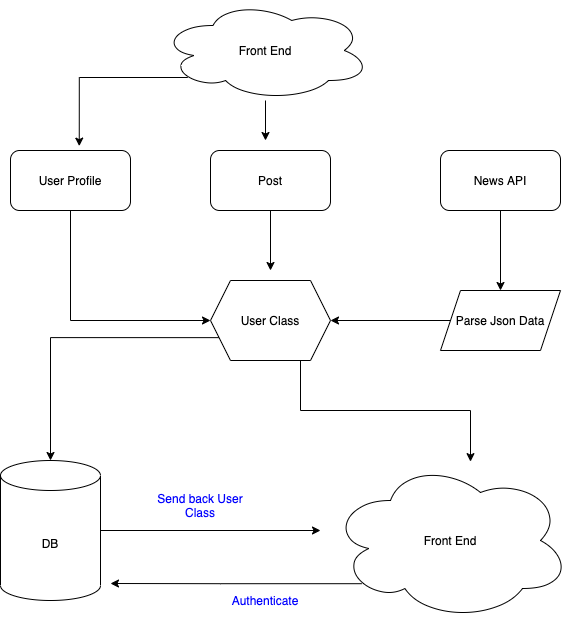
401-Python-Finale/401-Python-Finale keeps this draw.io diagram as assets/TDTM_BackEnd.png. Above is the earlier version. Source tidied: cells renumbered, new cells last; positions are measured from the earlier drawing's top-left corner, leaving out a move shared by most shapes. Source of this version:
```xml
<mxGraphModel>
  <root>
    <mxCell id="0" />
    <mxCell id="1" parent="0" />
    <mxCell id="2" style="edgeStyle=orthogonalEdgeStyle;rounded=0;jettySize=auto;html=1;entryX=0;entryY=0.5;entryDx=0;entryDy=0;" parent="1" edge="1" target="x">
      <mxGeometry relative="1" as="geometry">
        <mxPoint x="160" y="195" as="sourcePoint" />
        <Array as="points">
          <mxPoint x="80" y="195" />
          <mxPoint x="80" y="290" />
        </Array>
      </mxGeometry>
    </mxCell>
    <mxCell id="3" style="group;" parent="1" vertex="1">
      <mxGeometry y="150" width="570" height="470" as="geometry" />
    </mxCell>
    <mxCell id="4" value="Front End" style="ellipse;shape=cloud;whiteSpace=wrap;html=1;" parent="3" vertex="1">
      <mxGeometry x="330" y="310" width="240" height="160" as="geometry" />
    </mxCell>
    <mxCell id="5" style="group;" parent="3" vertex="1">
      <mxGeometry width="560" height="460" as="geometry" />
    </mxCell>
    <mxCell id="6" style="edgeStyle=orthogonalEdgeStyle;rounded=0;jettySize=auto;html=1;exitX=0.5;exitY=1;exitDx=0;exitDy=0;" parent="5" edge="1" source="7">
      <mxGeometry relative="1" as="geometry">
        <mxPoint x="270" y="120" as="targetPoint" />
      </mxGeometry>
    </mxCell>
    <mxCell id="7" value="Post" style="rounded=1;whiteSpace=wrap;html=1;" parent="5" vertex="1">
      <mxGeometry x="210" width="120" height="60" as="geometry" />
    </mxCell>
    <mxCell id="8" value="News API" style="rounded=1;whiteSpace=wrap;html=1;" parent="5" vertex="1">
      <mxGeometry x="440" width="120" height="60" as="geometry" />
    </mxCell>
    <mxCell id="9" value="Parse Json Data" style="shape=parallelogram;perimeter=parallelogramPerimeter;whiteSpace=wrap;html=1;fixedSize=1;" parent="5" vertex="1">
      <mxGeometry x="440" y="140" width="120" height="60" as="geometry" />
    </mxCell>
    <mxCell id="10" style="edgeStyle=orthogonalEdgeStyle;rounded=0;jettySize=auto;html=1;" parent="5" edge="1" source="8" target="9">
      <mxGeometry relative="1" as="geometry" />
    </mxCell>
    <mxCell id="11" value="User Profile" style="rounded=1;whiteSpace=wrap;html=1;" parent="5" vertex="1">
      <mxGeometry x="10" width="120" height="60" as="geometry" />
    </mxCell>
    <mxCell id="12" style="edgeStyle=orthogonalEdgeStyle;rounded=0;jettySize=auto;html=1;" parent="5" edge="1" source="13">
      <mxGeometry relative="1" as="geometry">
        <mxPoint x="320" y="380" as="targetPoint" />
      </mxGeometry>
    </mxCell>
    <mxCell id="13" value="DB" style="shape=cylinder3;whiteSpace=wrap;html=1;boundedLbl=1;backgroundOutline=1;size=15;" parent="5" vertex="1">
      <mxGeometry y="310" width="100" height="140" as="geometry" />
    </mxCell>
    <mxCell id="14" style="edgeStyle=orthogonalEdgeStyle;rounded=0;jettySize=auto;html=1;exitX=0.13;exitY=0.77;exitDx=0;exitDy=0;exitPerimeter=0;" parent="5" edge="1" source="4">
      <mxGeometry relative="1" as="geometry">
        <mxPoint x="110" y="433" as="targetPoint" />
      </mxGeometry>
    </mxCell>
    <mxCell id="15" style="edgeStyle=orthogonalEdgeStyle;rounded=0;jettySize=auto;html=1;exitX=0;exitY=0.75;exitDx=0;exitDy=0;" parent="5" edge="1" source="16" target="13">
      <mxGeometry relative="1" as="geometry" />
    </mxCell>
    <mxCell id="16" value="User Class" style="shape=hexagon;perimeter=hexagonPerimeter2;whiteSpace=wrap;html=1;fixedSize=1;" parent="5" vertex="1">
      <mxGeometry x="210" y="130" width="120" height="80" as="geometry" />
    </mxCell>
    <mxCell id="17" style="edgeStyle=orthogonalEdgeStyle;rounded=0;jettySize=auto;html=1;entryX=1;entryY=0.5;entryDx=0;entryDy=0;" parent="5" edge="1" source="9" target="16">
      <mxGeometry relative="1" as="geometry" />
    </mxCell>
    <mxCell id="18" style="edgeStyle=orthogonalEdgeStyle;rounded=0;jettySize=auto;html=1;exitX=0.5;exitY=1;exitDx=0;exitDy=0;entryX=0;entryY=0.5;entryDx=0;entryDy=0;" parent="5" edge="1" source="11" target="16">
      <mxGeometry relative="1" as="geometry" />
    </mxCell>
    <mxCell id="19" value="&lt;font color=&quot;#0000ff&quot;&gt;Authenticate&lt;/font&gt;" style="text;html=1;strokeColor=none;fillColor=none;align=center;verticalAlign=middle;whiteSpace=wrap;rounded=0;" parent="5" vertex="1">
      <mxGeometry x="220" y="440" width="90" height="20" as="geometry" />
    </mxCell>
    <mxCell id="20" value="&lt;font color=&quot;#0000ff&quot;&gt;Send back User Class&lt;/font&gt;" style="text;html=1;strokeColor=none;fillColor=none;align=center;verticalAlign=middle;whiteSpace=wrap;rounded=0;" parent="5" vertex="1">
      <mxGeometry x="140" y="340" width="120" height="30" as="geometry" />
    </mxCell>
    <mxCell id="21" style="edgeStyle=orthogonalEdgeStyle;rounded=0;jettySize=auto;html=1;exitX=0.375;exitY=1;exitDx=0;exitDy=0;" parent="3" edge="1" source="16" target="4">
      <mxGeometry relative="1" as="geometry">
        <Array as="points">
          <mxPoint x="300" y="210" />
          <mxPoint x="300" y="260" />
          <mxPoint x="470" y="260" />
        </Array>
      </mxGeometry>
    </mxCell>
    <mxCell id="22" style="edgeStyle=orthogonalEdgeStyle;rounded=0;jettySize=auto;html=1;" parent="1" edge="1" source="24">
      <mxGeometry relative="1" as="geometry">
        <mxPoint x="265" y="140" as="targetPoint" />
      </mxGeometry>
    </mxCell>
    <mxCell id="23" style="edgeStyle=orthogonalEdgeStyle;rounded=0;jettySize=auto;html=1;exitX=0.13;exitY=0.77;exitDx=0;exitDy=0;exitPerimeter=0;entryX=0.573;entryY=-0.073;entryDx=0;entryDy=0;entryPerimeter=0;" parent="1" edge="1" source="24" target="11">
      <mxGeometry relative="1" as="geometry" />
    </mxCell>
    <mxCell id="24" value="Front End" style="ellipse;shape=cloud;whiteSpace=wrap;html=1;" parent="1" vertex="1">
      <mxGeometry x="160" width="210" height="100" as="geometry" />
    </mxCell>
  </root>
</mxGraphModel>
```
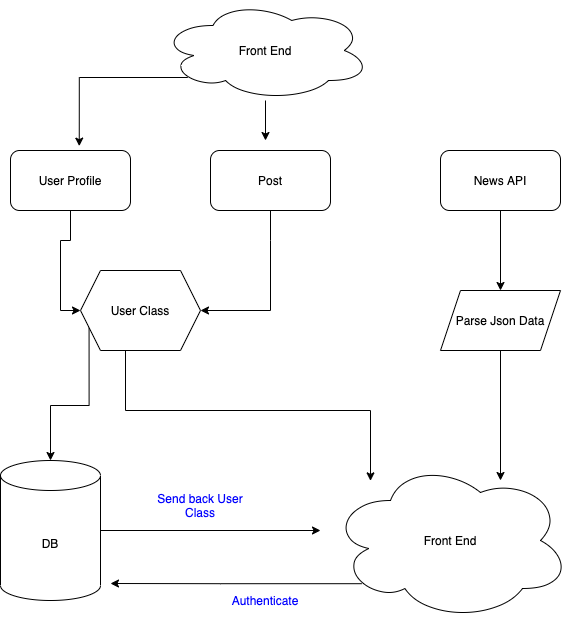
After the change.

Commit message:
README updated, ERD in repo, mood board in repo

Change to the diagram source:
```diff
@@ -2,7 +2,7 @@
   <root>
     <mxCell id="0" />
     <mxCell id="1" parent="0" />
-    <mxCell id="2" style="edgeStyle=orthogonalEdgeStyle;rounded=0;jettySize=auto;html=1;entryX=0;entryY=0.5;entryDx=0;entryDy=0;" parent="1" edge="1" target="x">
+    <mxCell id="2" style="edgeStyle=orthogonalEdgeStyle;rounded=0;orthogonalLoop=1;jettySize=auto;html=1;entryX=0;entryY=0.5;entryDx=0;entryDy=0;" parent="1" edge="1">
       <mxGeometry relative="1" as="geometry">
         <mxPoint x="160" y="195" as="sourcePoint" />
         <Array as="points">
@@ -17,69 +17,66 @@
     <mxCell id="4" value="Front End" style="ellipse;shape=cloud;whiteSpace=wrap;html=1;" parent="3" vertex="1">
       <mxGeometry x="330" y="310" width="240" height="160" as="geometry" />
     </mxCell>
-    <mxCell id="5" style="group;" parent="3" vertex="1">
-      <mxGeometry width="560" height="460" as="geometry" />
-    </mxCell>
+    <mxCell id="21" style="edgeStyle=orthogonalEdgeStyle;rounded=0;jettySize=auto;html=1;exitX=0.375;exitY=1;exitDx=0;exitDy=0;" parent="3" edge="1" source="16" target="4">
+      <mxGeometry relative="1" as="geometry">
+        <Array as="points">
+          <mxPoint x="125" y="260" />
+          <mxPoint x="370" y="260" />
+        </Array>
+      </mxGeometry>
+    </mxCell>
-    <mxCell id="6" style="edgeStyle=orthogonalEdgeStyle;rounded=0;jettySize=auto;html=1;exitX=0.5;exitY=1;exitDx=0;exitDy=0;" parent="5" edge="1" source="7">
-      <mxGeometry relative="1" as="geometry">
-        <mxPoint x="270" y="120" as="targetPoint" />
+    <mxCell id="6" style="edgeStyle=orthogonalEdgeStyle;rounded=0;jettySize=auto;html=1;exitX=0.5;exitY=1;exitDx=0;exitDy=0;" parent="3" edge="1" source="7">
+      <mxGeometry x="110" y="150" as="geometry">
+        <mxPoint x="200" y="160" as="targetPoint" />
+        <Array as="points">
+          <mxPoint x="270" y="90" />
+          <mxPoint x="270" y="90" />
+        </Array>
       </mxGeometry>
     </mxCell>
-    <mxCell id="7" value="Post" style="rounded=1;whiteSpace=wrap;html=1;" parent="5" vertex="1">
+    <mxCell id="7" value="Post" style="rounded=1;whiteSpace=wrap;html=1;" parent="3" vertex="1">
       <mxGeometry x="210" width="120" height="60" as="geometry" />
     </mxCell>
-    <mxCell id="8" value="News API" style="rounded=1;whiteSpace=wrap;html=1;" parent="5" vertex="1">
+    <mxCell id="8" value="News API" style="rounded=1;whiteSpace=wrap;html=1;" parent="3" vertex="1">
       <mxGeometry x="440" width="120" height="60" as="geometry" />
     </mxCell>
-    <mxCell id="9" value="Parse Json Data" style="shape=parallelogram;perimeter=parallelogramPerimeter;whiteSpace=wrap;html=1;fixedSize=1;" parent="5" vertex="1">
+    <mxCell id="9" value="Parse Json Data" style="shape=parallelogram;perimeter=parallelogramPerimeter;whiteSpace=wrap;html=1;fixedSize=1;" parent="3" vertex="1">
       <mxGeometry x="440" y="140" width="120" height="60" as="geometry" />
     </mxCell>
-    <mxCell id="10" style="edgeStyle=orthogonalEdgeStyle;rounded=0;jettySize=auto;html=1;" parent="5" edge="1" source="8" target="9">
-      <mxGeometry relative="1" as="geometry" />
+    <mxCell id="10" style="edgeStyle=orthogonalEdgeStyle;rounded=0;jettySize=auto;html=1;" parent="3" edge="1" source="8" target="9">
+      <mxGeometry x="110" y="150" as="geometry" />
     </mxCell>
-    <mxCell id="11" value="User Profile" style="rounded=1;whiteSpace=wrap;html=1;" parent="5" vertex="1">
+    <mxCell id="11" value="User Profile" style="rounded=1;whiteSpace=wrap;html=1;" parent="3" vertex="1">
       <mxGeometry x="10" width="120" height="60" as="geometry" />
     </mxCell>
-    <mxCell id="12" style="edgeStyle=orthogonalEdgeStyle;rounded=0;jettySize=auto;html=1;" parent="5" edge="1" source="13">
-      <mxGeometry relative="1" as="geometry">
+    <mxCell id="12" style="edgeStyle=orthogonalEdgeStyle;rounded=0;jettySize=auto;html=1;" parent="3" edge="1" source="13">
+      <mxGeometry x="110" y="150" as="geometry">
         <mxPoint x="320" y="380" as="targetPoint" />
       </mxGeometry>
     </mxCell>
-    <mxCell id="13" value="DB" style="shape=cylinder3;whiteSpace=wrap;html=1;boundedLbl=1;backgroundOutline=1;size=15;" parent="5" vertex="1">
+    <mxCell id="13" value="DB" style="shape=cylinder3;whiteSpace=wrap;html=1;boundedLbl=1;backgroundOutline=1;size=15;" parent="3" vertex="1">
       <mxGeometry y="310" width="100" height="140" as="geometry" />
     </mxCell>
-    <mxCell id="14" style="edgeStyle=orthogonalEdgeStyle;rounded=0;jettySize=auto;html=1;exitX=0.13;exitY=0.77;exitDx=0;exitDy=0;exitPerimeter=0;" parent="5" edge="1" source="4">
-      <mxGeometry relative="1" as="geometry">
+    <mxCell id="14" style="edgeStyle=orthogonalEdgeStyle;rounded=0;jettySize=auto;html=1;exitX=0.13;exitY=0.77;exitDx=0;exitDy=0;exitPerimeter=0;" parent="3" edge="1" source="4">
+      <mxGeometry x="110" y="150" as="geometry">
         <mxPoint x="110" y="433" as="targetPoint" />
       </mxGeometry>
     </mxCell>
-    <mxCell id="15" style="edgeStyle=orthogonalEdgeStyle;rounded=0;jettySize=auto;html=1;exitX=0;exitY=0.75;exitDx=0;exitDy=0;" parent="5" edge="1" source="16" target="13">
-      <mxGeometry relative="1" as="geometry" />
+    <mxCell id="15" style="edgeStyle=orthogonalEdgeStyle;rounded=0;jettySize=auto;html=1;exitX=0;exitY=0.75;exitDx=0;exitDy=0;" parent="3" edge="1" source="16" target="13">
+      <mxGeometry x="110" y="150" as="geometry" />
     </mxCell>
-    <mxCell id="16" value="User Class" style="shape=hexagon;perimeter=hexagonPerimeter2;whiteSpace=wrap;html=1;fixedSize=1;" parent="5" vertex="1">
-      <mxGeometry x="210" y="130" width="120" height="80" as="geometry" />
+    <mxCell id="16" value="User Class" style="shape=hexagon;perimeter=hexagonPerimeter2;whiteSpace=wrap;html=1;fixedSize=1;" parent="3" vertex="1">
+      <mxGeometry x="80" y="120" width="120" height="80" as="geometry" />
     </mxCell>
-    <mxCell id="17" style="edgeStyle=orthogonalEdgeStyle;rounded=0;jettySize=auto;html=1;entryX=1;entryY=0.5;entryDx=0;entryDy=0;" parent="5" edge="1" source="9" target="16">
-      <mxGeometry relative="1" as="geometry" />
-    </mxCell>
-    <mxCell id="18" style="edgeStyle=orthogonalEdgeStyle;rounded=0;jettySize=auto;html=1;exitX=0.5;exitY=1;exitDx=0;exitDy=0;entryX=0;entryY=0.5;entryDx=0;entryDy=0;" parent="5" edge="1" source="11" target="16">
-      <mxGeometry relative="1" as="geometry" />
+    <mxCell id="18" style="edgeStyle=orthogonalEdgeStyle;rounded=0;jettySize=auto;html=1;exitX=0.5;exitY=1;exitDx=0;exitDy=0;entryX=0;entryY=0.5;entryDx=0;entryDy=0;" parent="3" edge="1" source="11" target="16">
+      <mxGeometry x="110" y="150" as="geometry" />
     </mxCell>
-    <mxCell id="19" value="&lt;font color=&quot;#0000ff&quot;&gt;Authenticate&lt;/font&gt;" style="text;html=1;strokeColor=none;fillColor=none;align=center;verticalAlign=middle;whiteSpace=wrap;rounded=0;" parent="5" vertex="1">
+    <mxCell id="19" value="&lt;font color=&quot;#0000ff&quot;&gt;Authenticate&lt;/font&gt;" style="text;html=1;strokeColor=none;fillColor=none;align=center;verticalAlign=middle;whiteSpace=wrap;rounded=0;" parent="3" vertex="1">
       <mxGeometry x="220" y="440" width="90" height="20" as="geometry" />
     </mxCell>
-    <mxCell id="20" value="&lt;font color=&quot;#0000ff&quot;&gt;Send back User Class&lt;/font&gt;" style="text;html=1;strokeColor=none;fillColor=none;align=center;verticalAlign=middle;whiteSpace=wrap;rounded=0;" parent="5" vertex="1">
+    <mxCell id="20" value="&lt;font color=&quot;#0000ff&quot;&gt;Send back User Class&lt;/font&gt;" style="text;html=1;strokeColor=none;fillColor=none;align=center;verticalAlign=middle;whiteSpace=wrap;rounded=0;" parent="3" vertex="1">
       <mxGeometry x="140" y="340" width="120" height="30" as="geometry" />
     </mxCell>
-    <mxCell id="21" style="edgeStyle=orthogonalEdgeStyle;rounded=0;jettySize=auto;html=1;exitX=0.375;exitY=1;exitDx=0;exitDy=0;" parent="3" edge="1" source="16" target="4">
-      <mxGeometry relative="1" as="geometry">
-        <Array as="points">
-          <mxPoint x="300" y="210" />
-          <mxPoint x="300" y="260" />
-          <mxPoint x="470" y="260" />
-        </Array>
-      </mxGeometry>
-    </mxCell>
     <mxCell id="22" style="edgeStyle=orthogonalEdgeStyle;rounded=0;jettySize=auto;html=1;" parent="1" edge="1" source="24">
       <mxGeometry relative="1" as="geometry">
         <mxPoint x="265" y="140" as="targetPoint" />
@@ -91,5 +88,10 @@
     <mxCell id="24" value="Front End" style="ellipse;shape=cloud;whiteSpace=wrap;html=1;" parent="1" vertex="1">
       <mxGeometry x="160" width="210" height="100" as="geometry" />
     </mxCell>
+    <mxCell id="25" style="edgeStyle=orthogonalEdgeStyle;rounded=0;jettySize=auto;html=1;" parent="1" edge="1" source="9">
+      <mxGeometry relative="1" as="geometry">
+        <mxPoint x="500" y="480" as="targetPoint" />
+      </mxGeometry>
+    </mxCell>
   </root>
 </mxGraphModel>
```
